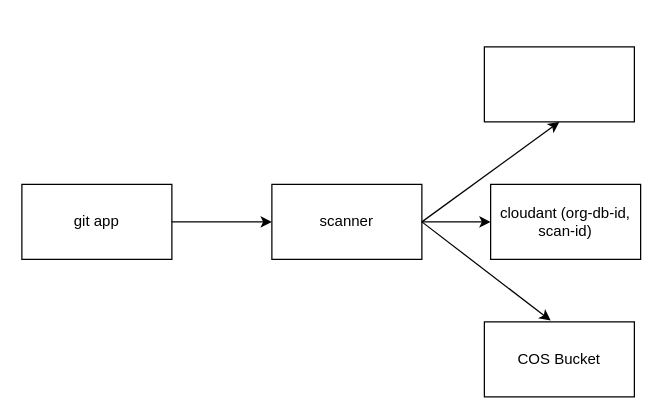
pandu-test-org/pandu-test-repo keeps this draw.io diagram as Untitled Diagram.drawio. Above is the earlier version. Source tidied: cells renumbered, new cells numbered last; positions are measured from the earlier drawing's top-left corner, leaving out a move shared by most shapes. Both pictures are drawn from the tidied source at 125%, with x=0, y=0 at pixel (21, 46).
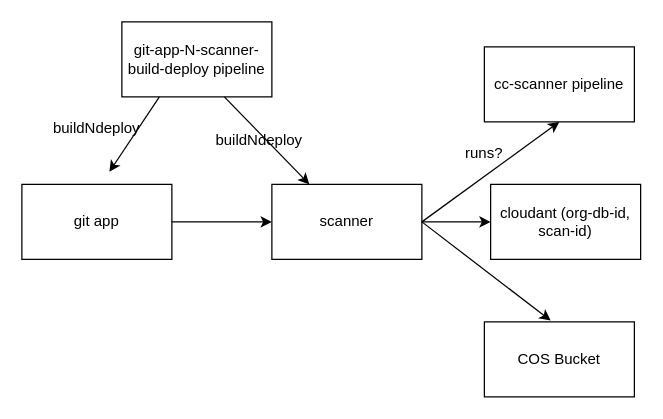
Above is the later version.

Commit message:
Drednot-Scanner Block Diagram.drawio

Change to the diagram source:
```diff
@@
 <mxGraphModel>
   <root>
     <mxCell id="0" />
     <mxCell id="1" parent="0" />
     <mxCell id="2" value="git app" style="whiteSpace=wrap;html=1;" parent="1" vertex="1">
       <mxGeometry y="110" width="120" height="60" as="geometry" />
     </mxCell>
     <mxCell id="3" value="scanner" style="whiteSpace=wrap;html=1;" parent="1" vertex="1">
       <mxGeometry x="200" y="110" width="120" height="60" as="geometry" />
     </mxCell>
-    <mxCell id="4" style="whiteSpace=wrap;html=1;" parent="1" vertex="1">
+    <mxCell id="4" value="cc-scanner pipeline" style="whiteSpace=wrap;html=1;" parent="1" vertex="1">
       <mxGeometry x="370" width="120" height="60" as="geometry" />
     </mxCell>
     <mxCell id="5" style="edgeStyle=orthogonalEdgeStyle;rounded=0;orthogonalLoop=1;jettySize=auto;html=1;exitX=0.5;exitY=1;exitDx=0;exitDy=0;" parent="1" edge="1" source="3" target="3">
       <mxGeometry relative="1" as="geometry" />
     </mxCell>
     <mxCell id="6" value="cloudant (org-db-id, scan-id)" style="whiteSpace=wrap;html=1;" parent="1" vertex="1">
       <mxGeometry x="375" y="110" width="120" height="60" as="geometry" />
     </mxCell>
     <mxCell id="7" style="endArrow=classic;html=1;rounded=0;exitX=1;exitY=0.5;exitDx=0;exitDy=0;entryX=0;entryY=0.5;entryDx=0;entryDy=0;" parent="1" edge="1" source="3" target="6">
       <mxGeometry relative="1" as="geometry" />
     </mxCell>
     <mxCell id="8" style="endArrow=classic;html=1;rounded=0;entryX=0.5;entryY=1;entryDx=0;entryDy=0;" parent="1" edge="1" target="4">
       <mxGeometry relative="1" as="geometry">
         <mxPoint x="320" y="140" as="sourcePoint" />
       </mxGeometry>
     </mxCell>
     <mxCell id="9" value="COS Bucket" style="whiteSpace=wrap;html=1;" parent="1" vertex="1">
       <mxGeometry x="370" y="220" width="120" height="60" as="geometry" />
     </mxCell>
     <mxCell id="10" style="endArrow=classic;html=1;rounded=0;entryX=0.442;entryY=-0.017;entryDx=0;entryDy=0;exitX=1;exitY=0.5;exitDx=0;exitDy=0;entryPerimeter=0;" parent="1" edge="1" source="3" target="9">
       <mxGeometry relative="1" as="geometry" />
     </mxCell>
     <mxCell id="11" style="endArrow=classic;html=1;rounded=0;entryX=0;entryY=0.5;entryDx=0;entryDy=0;exitX=1;exitY=0.5;exitDx=0;exitDy=0;" parent="1" edge="1" source="2" target="3">
       <mxGeometry relative="1" as="geometry" />
     </mxCell>
+    <mxCell id="12" value="&lt;div&gt;runs?&lt;/div&gt;" style="text;html=1;strokeColor=none;fillColor=none;align=center;verticalAlign=middle;whiteSpace=wrap;rounded=0;" parent="1" vertex="1">
+      <mxGeometry x="340" y="70" width="60" height="30" as="geometry" />
+    </mxCell>
+    <mxCell id="13" value="git-app-N-scanner-build-deploy pipeline" style="rounded=0;whiteSpace=wrap;html=1;" parent="1" vertex="1">
+      <mxGeometry x="80" y="-20" width="120" height="60" as="geometry" />
+    </mxCell>
+    <mxCell id="14" style="endArrow=classic;html=1;rounded=0;exitX=0.25;exitY=1;exitDx=0;exitDy=0;" parent="1" edge="1" source="13">
+      <mxGeometry relative="1" as="geometry">
+        <mxPoint x="70" y="100" as="targetPoint" />
+      </mxGeometry>
+    </mxCell>
+    <mxCell id="15" style="endArrow=classic;html=1;rounded=0;exitX=0.683;exitY=1;exitDx=0;exitDy=0;entryX=0.25;entryY=0;entryDx=0;entryDy=0;exitPerimeter=0;" parent="1" edge="1" source="13" target="3">
+      <mxGeometry relative="1" as="geometry" />
+    </mxCell>
+    <mxCell id="16" value="buildNdeploy" style="text;html=1;strokeColor=none;fillColor=none;align=center;verticalAlign=middle;whiteSpace=wrap;rounded=0;" parent="1" vertex="1">
+      <mxGeometry x="30" y="50" width="60" height="30" as="geometry" />
+    </mxCell>
+    <mxCell id="17" value="buildNdeploy" style="text;html=1;strokeColor=none;fillColor=none;align=center;verticalAlign=middle;whiteSpace=wrap;rounded=0;" parent="1" vertex="1">
+      <mxGeometry x="160" y="60" width="60" height="30" as="geometry" />
+    </mxCell>
   </root>
 </mxGraphModel>
```
